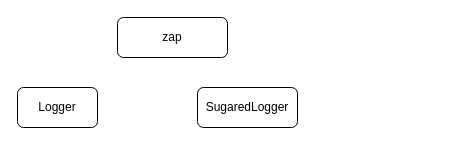
Above: zap.drawio in zhangfuli/draw.io (draw.io), before the change. Source tidied: cells renumbered, new cells numbered last; positions are measured from the earlier drawing's top-left corner, leaving out a move shared by most shapes. Both pictures are drawn from the tidied source at 100%, with x=0, y=0 at pixel (17, 17).
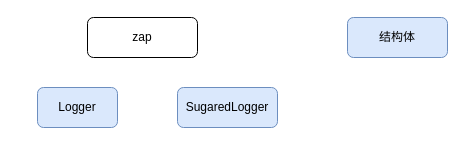
Above is the later version.

What changed in the source:
```diff
@@
 <mxGraphModel>
   <root>
     <mxCell id="0" />
     <mxCell id="1" parent="0" />
     <mxCell id="2" value="zap" style="rounded=1;whiteSpace=wrap;html=1;" parent="1" vertex="1">
-      <mxGeometry x="100" width="110" height="40" as="geometry" />
+      <mxGeometry x="70" width="110" height="40" as="geometry" />
     </mxCell>
-    <mxCell id="3" value="Logger" style="rounded=1;whiteSpace=wrap;html=1;" parent="1" vertex="1">
-      <mxGeometry y="70" width="80" height="40" as="geometry" />
+    <mxCell id="3" value="Logger" style="rounded=1;whiteSpace=wrap;html=1;fillColor=#dae8fc;strokeColor=#6c8ebf;" parent="1" vertex="1">
+      <mxGeometry x="20" y="70" width="80" height="40" as="geometry" />
     </mxCell>
-    <mxCell id="4" value="SugaredLogger" style="rounded=1;whiteSpace=wrap;html=1;" parent="1" vertex="1">
-      <mxGeometry x="180" y="70" width="100" height="40" as="geometry" />
+    <mxCell id="4" value="SugaredLogger" style="rounded=1;whiteSpace=wrap;html=1;fillColor=#dae8fc;strokeColor=#6c8ebf;" parent="1" vertex="1">
+      <mxGeometry x="160" y="70" width="100" height="40" as="geometry" />
     </mxCell>
+    <mxCell id="5" value="结构体" style="rounded=1;whiteSpace=wrap;html=1;fillColor=#dae8fc;strokeColor=#6c8ebf;" parent="1" vertex="1">
+      <mxGeometry x="330" width="100" height="40" as="geometry" />
+    </mxCell>
   </root>
 </mxGraphModel>
```
